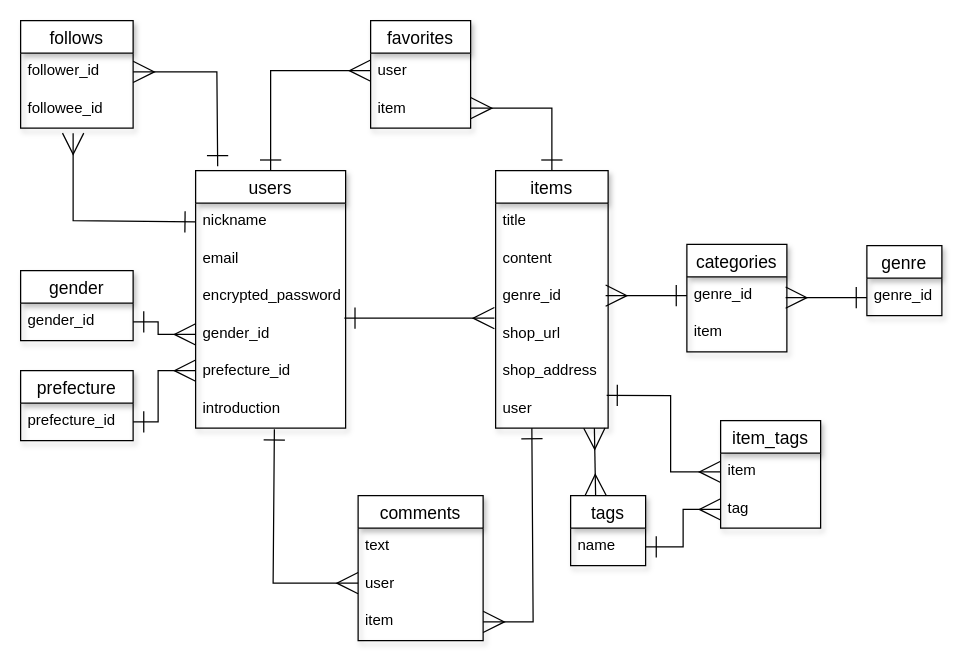
This is er.dio from samape/okurimono, a draw.io file, before an edit. Source tidied: cells renumbered, new cells numbered last; positions are measured from the earlier drawing's top-left corner, leaving out a move shared by most shapes. Both pictures are drawn from the tidied source at 125%, with x=0, y=0 at pixel (20, 20).
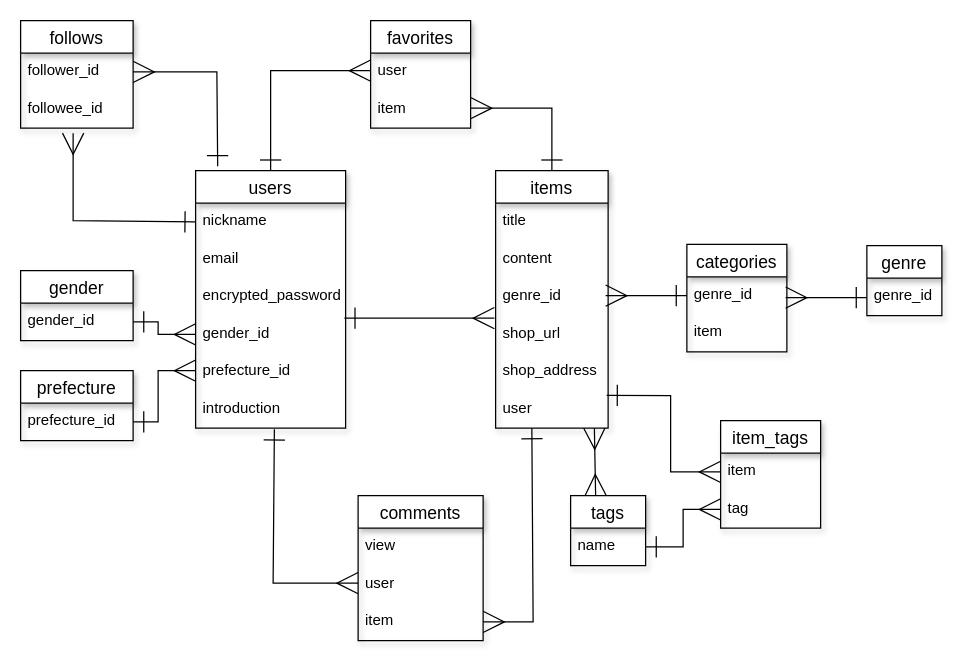
After the change.

The change refers to these unchanged cells:
```xml
<mxCell id="27" value="comments" style="swimlane;fontStyle=0;horizontal=1;startSize=26;align=center;fontSize=14;shadow=1;" parent="1" vertex="1">
  <mxGeometry x="270" y="380" width="100" height="116" as="geometry" />
</mxCell>
```

Change to the diagram source:
```diff
@@
-    <mxCell id="28" value="text" style="text;strokeColor=none;fillColor=none;spacingLeft=4;spacingRight=4;overflow=hidden;fontSize=12;" parent="27" vertex="1">
+    <mxCell id="28" value="view" style="text;strokeColor=none;fillColor=none;spacingLeft=4;spacingRight=4;overflow=hidden;fontSize=12;" parent="27" vertex="1">
       <mxGeometry y="26" width="100" height="30" as="geometry" />
     </mxCell>
```
